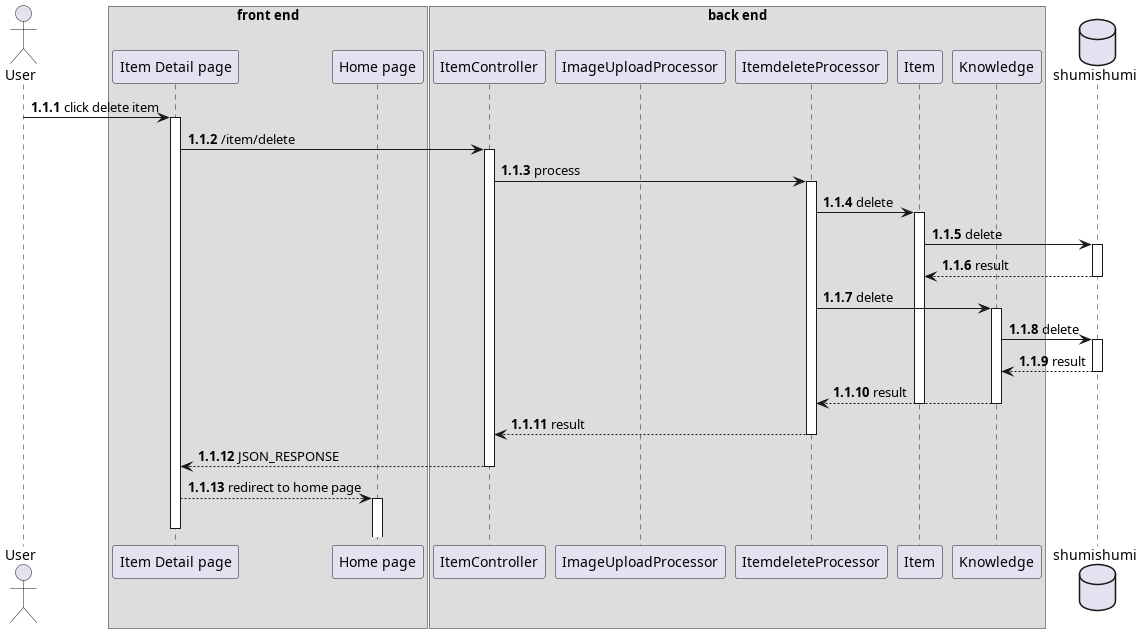
Earlier version of the PlantUML export thesis/latex/diagram/sequence diagram/17. item/delete item/delete item.png (aldihsuhandi/skripsi-2023). Its diagram source:
```plantuml
@startuml delete item
autonumber 1.1.1

actor User as u

box "front end"
participant "Item Detail page" as detail
participant "Home page" as home
end box

box "back end"
participant ItemController as ic

participant ImageUploadProcessor as upproc
participant ItemdeleteProcessor as deleteproc

participant Item as im
participant Knowledge as km
end box

database shumishumi as db

u -> detail++ : click delete item

detail -> ic++ : /item/delete
ic -> deleteproc++ : process

deleteproc -> im++ : delete
im -> db++ : delete
return result

deleteproc -> km++ : delete
km -> db++ : delete
return result
return result

deactivate im

return result
return JSON_RESPONSE

detail --> home ++-- : redirect to home page

@enduml
```
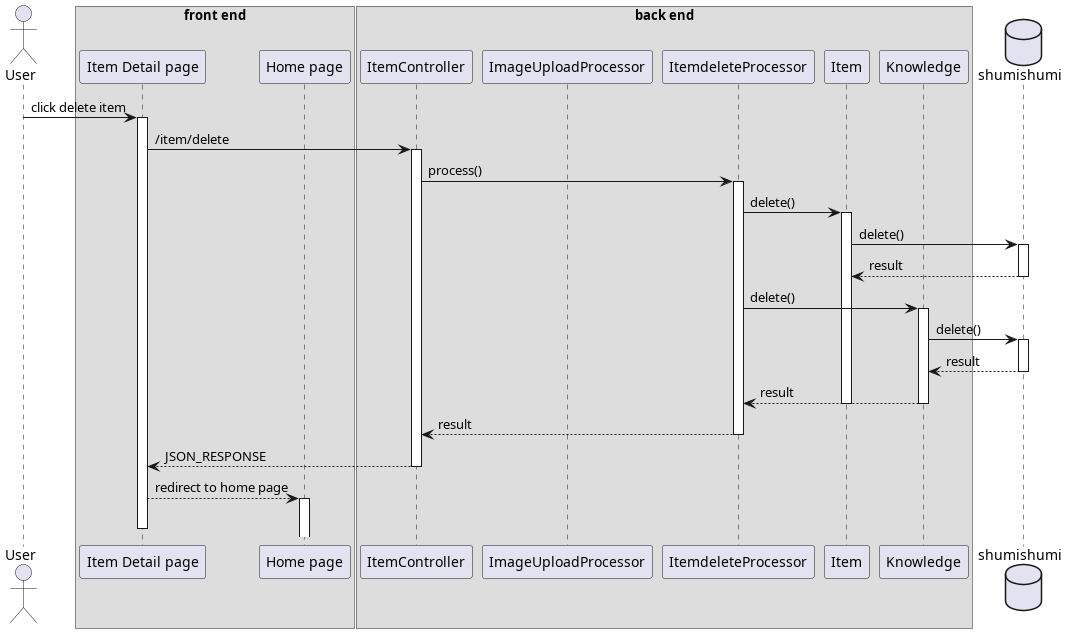
The same file after the commit.

The edit, as a diff of the source:
```diff
@@ -1,5 +1,4 @@
 @startuml delete item
-autonumber 1.1.1
 
 actor User as u
 
@@ -23,14 +22,14 @@
 u -> detail++ : click delete item
 
 detail -> ic++ : /item/delete
-ic -> deleteproc++ : process
+ic -> deleteproc++ : process()
 
-deleteproc -> im++ : delete
-im -> db++ : delete
+deleteproc -> im++ : delete()
+im -> db++ : delete()
 return result
 
-deleteproc -> km++ : delete
-km -> db++ : delete
+deleteproc -> km++ : delete()
+km -> db++ : delete()
 return result
 return result
 
```
